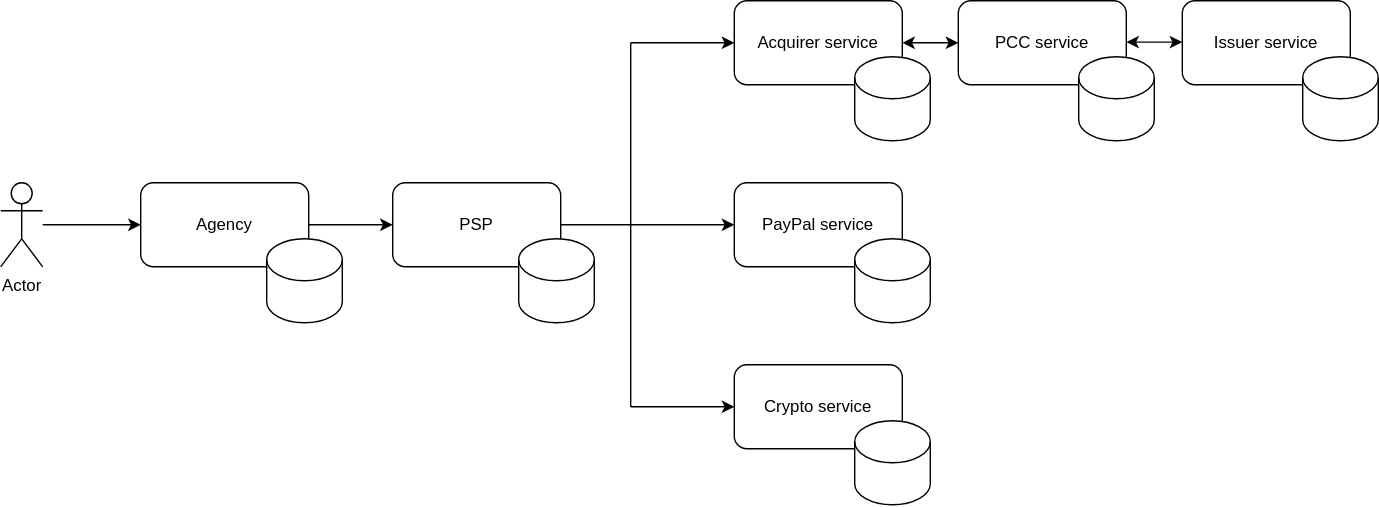
This is Architecture.svg from ftn-sep/sep, a draw.io export, as it was before one commit. Source tidied: cells renumbered, new cells last; positions are measured from the earlier drawing's top-left corner, leaving out a move shared by most shapes. Source of this version:
```xml
<mxGraphModel background="#ffffff">
  <root>
    <mxCell id="0" />
    <mxCell id="1" parent="0" />
    <mxCell id="2" style="edgeStyle=orthogonalEdgeStyle;rounded=0;jettySize=auto;html=1;exitX=1;exitY=0.5;exitDx=0;exitDy=0;entryX=0;entryY=0.5;entryDx=0;entryDy=0;" parent="1" edge="1" source="3" target="4">
      <mxGeometry relative="1" as="geometry" />
    </mxCell>
    <mxCell id="3" value="Agency" style="rounded=1;whiteSpace=wrap;html=1;" parent="1" vertex="1">
      <mxGeometry x="100" y="130" width="120" height="60" as="geometry" />
    </mxCell>
    <mxCell id="4" value="PSP" style="rounded=1;whiteSpace=wrap;html=1;" parent="1" vertex="1">
      <mxGeometry x="280" y="130" width="120" height="60" as="geometry" />
    </mxCell>
    <mxCell id="5" value="Acquirer service" style="rounded=1;whiteSpace=wrap;html=1;" parent="1" vertex="1">
      <mxGeometry x="524" width="120" height="60" as="geometry" />
    </mxCell>
    <mxCell id="6" value="PCC service" style="rounded=1;whiteSpace=wrap;html=1;" parent="1" vertex="1">
      <mxGeometry x="684" width="120" height="60" as="geometry" />
    </mxCell>
    <mxCell id="7" value="Issuer service" style="rounded=1;whiteSpace=wrap;html=1;" parent="1" vertex="1">
      <mxGeometry x="844" width="120" height="60" as="geometry" />
    </mxCell>
    <mxCell id="8" style="endArrow=classic;startArrow=classic;html=1;rounded=0;entryX=0;entryY=0.5;entryDx=0;entryDy=0;exitX=1;exitY=0.5;exitDx=0;exitDy=0;" parent="1" edge="1" source="5" target="6">
      <mxGeometry relative="1" as="geometry" />
    </mxCell>
    <mxCell id="9" style="endArrow=classic;startArrow=classic;html=1;rounded=0;entryX=0;entryY=0.5;entryDx=0;entryDy=0;exitX=1;exitY=0.5;exitDx=0;exitDy=0;" parent="1" edge="1">
      <mxGeometry relative="1" as="geometry">
        <mxPoint x="804" y="29.5" as="sourcePoint" />
        <mxPoint x="844" y="29.5" as="targetPoint" />
      </mxGeometry>
    </mxCell>
    <mxCell id="10" value="PayPal service" style="rounded=1;whiteSpace=wrap;html=1;" parent="1" vertex="1">
      <mxGeometry x="524" y="130" width="120" height="60" as="geometry" />
    </mxCell>
    <mxCell id="11" value="Crypto service" style="rounded=1;whiteSpace=wrap;html=1;" parent="1" vertex="1">
      <mxGeometry x="524" y="260" width="120" height="60" as="geometry" />
    </mxCell>
    <mxCell id="12" style="shape=cylinder3;whiteSpace=wrap;html=1;boundedLbl=1;backgroundOutline=1;size=15;" parent="1" vertex="1">
      <mxGeometry x="610" y="40" width="54" height="60" as="geometry" />
    </mxCell>
    <mxCell id="13" style="shape=cylinder3;whiteSpace=wrap;html=1;boundedLbl=1;backgroundOutline=1;size=15;" parent="1" vertex="1">
      <mxGeometry x="610" y="170" width="54" height="60" as="geometry" />
    </mxCell>
    <mxCell id="14" style="shape=cylinder3;whiteSpace=wrap;html=1;boundedLbl=1;backgroundOutline=1;size=15;" parent="1" vertex="1">
      <mxGeometry x="930" y="40" width="54" height="60" as="geometry" />
    </mxCell>
    <mxCell id="15" style="shape=cylinder3;whiteSpace=wrap;html=1;boundedLbl=1;backgroundOutline=1;size=15;" parent="1" vertex="1">
      <mxGeometry x="770" y="40" width="54" height="60" as="geometry" />
    </mxCell>
    <mxCell id="16" style="shape=cylinder3;whiteSpace=wrap;html=1;boundedLbl=1;backgroundOutline=1;size=15;" parent="1" vertex="1">
      <mxGeometry x="610" y="300" width="54" height="60" as="geometry" />
    </mxCell>
    <mxCell id="17" style="shape=cylinder3;whiteSpace=wrap;html=1;boundedLbl=1;backgroundOutline=1;size=15;" parent="1" vertex="1">
      <mxGeometry x="370" y="170" width="54" height="60" as="geometry" />
    </mxCell>
    <mxCell id="18" style="endArrow=none;html=1;rounded=0;" parent="1" edge="1">
      <mxGeometry relative="1" as="geometry">
        <mxPoint x="450" y="290" as="sourcePoint" />
        <mxPoint x="450" y="30" as="targetPoint" />
      </mxGeometry>
    </mxCell>
    <mxCell id="19" style="endArrow=classic;html=1;rounded=0;entryX=0;entryY=0.5;entryDx=0;entryDy=0;exitX=1;exitY=0.5;exitDx=0;exitDy=0;" parent="1" edge="1" source="4" target="10">
      <mxGeometry relative="1" as="geometry" />
    </mxCell>
    <mxCell id="20" style="endArrow=classic;html=1;rounded=0;entryX=0;entryY=0.5;entryDx=0;entryDy=0;" parent="1" edge="1" target="5">
      <mxGeometry relative="1" as="geometry">
        <mxPoint x="450" y="30" as="sourcePoint" />
      </mxGeometry>
    </mxCell>
    <mxCell id="21" style="endArrow=classic;html=1;rounded=0;entryX=0;entryY=0.5;entryDx=0;entryDy=0;" parent="1" edge="1" target="11">
      <mxGeometry relative="1" as="geometry">
        <mxPoint x="450" y="290" as="sourcePoint" />
      </mxGeometry>
    </mxCell>
    <mxCell id="22" style="shape=cylinder3;whiteSpace=wrap;html=1;boundedLbl=1;backgroundOutline=1;size=15;" parent="1" vertex="1">
      <mxGeometry x="190" y="170" width="54" height="60" as="geometry" />
    </mxCell>
    <mxCell id="23" style="edgeStyle=orthogonalEdgeStyle;rounded=0;jettySize=auto;html=1;entryX=0;entryY=0.5;entryDx=0;entryDy=0;" parent="1" edge="1" source="24" target="3">
      <mxGeometry relative="1" as="geometry" />
    </mxCell>
    <mxCell id="24" value="Actor" style="shape=umlActor;verticalLabelPosition=bottom;verticalAlign=top;html=1;outlineConnect=0;" parent="1" vertex="1">
      <mxGeometry y="130" width="30" height="60" as="geometry" />
    </mxCell>
  </root>
</mxGraphModel>
```
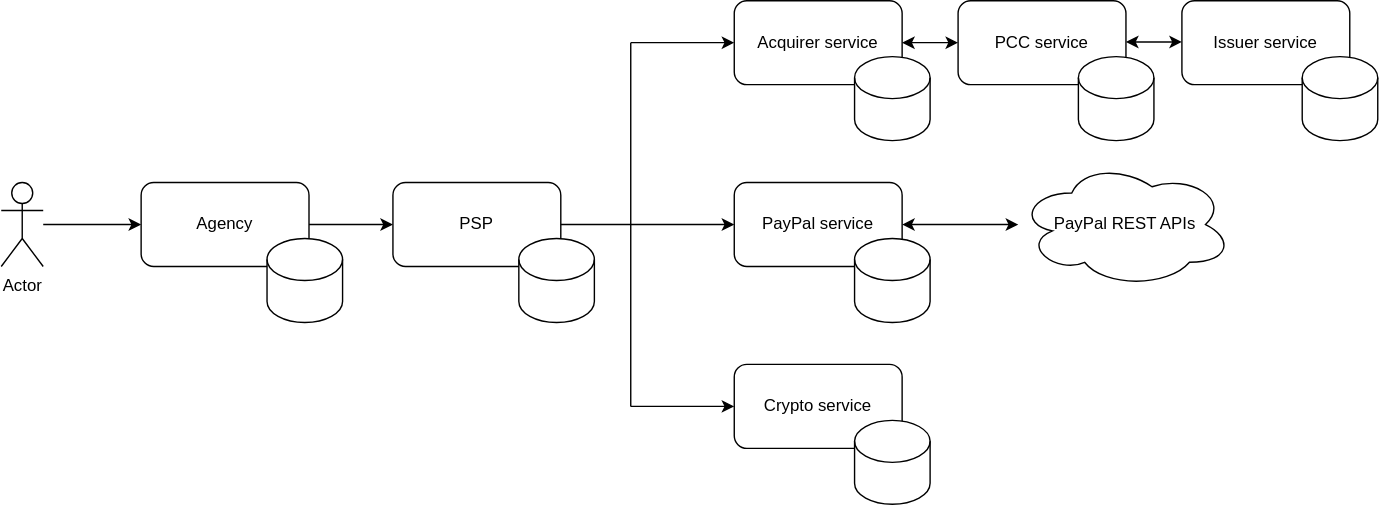
After the change.

Commit message:
added paypal rest api to architecture diagram

Change to the diagram source:
```diff
@@ -81,5 +81,11 @@
     <mxCell id="24" value="Actor" style="shape=umlActor;verticalLabelPosition=bottom;verticalAlign=top;html=1;outlineConnect=0;" parent="1" vertex="1">
       <mxGeometry y="130" width="30" height="60" as="geometry" />
     </mxCell>
+    <mxCell id="25" style="endArrow=classic;startArrow=classic;html=1;rounded=0;" parent="1" edge="1" source="10" target="26">
+      <mxGeometry relative="1" as="geometry" />
+    </mxCell>
+    <mxCell id="26" value="PayPal REST APIs" style="ellipse;shape=cloud;whiteSpace=wrap;html=1;" parent="1" vertex="1">
+      <mxGeometry x="727" y="115" width="153" height="90" as="geometry" />
+    </mxCell>
   </root>
 </mxGraphModel>
```
